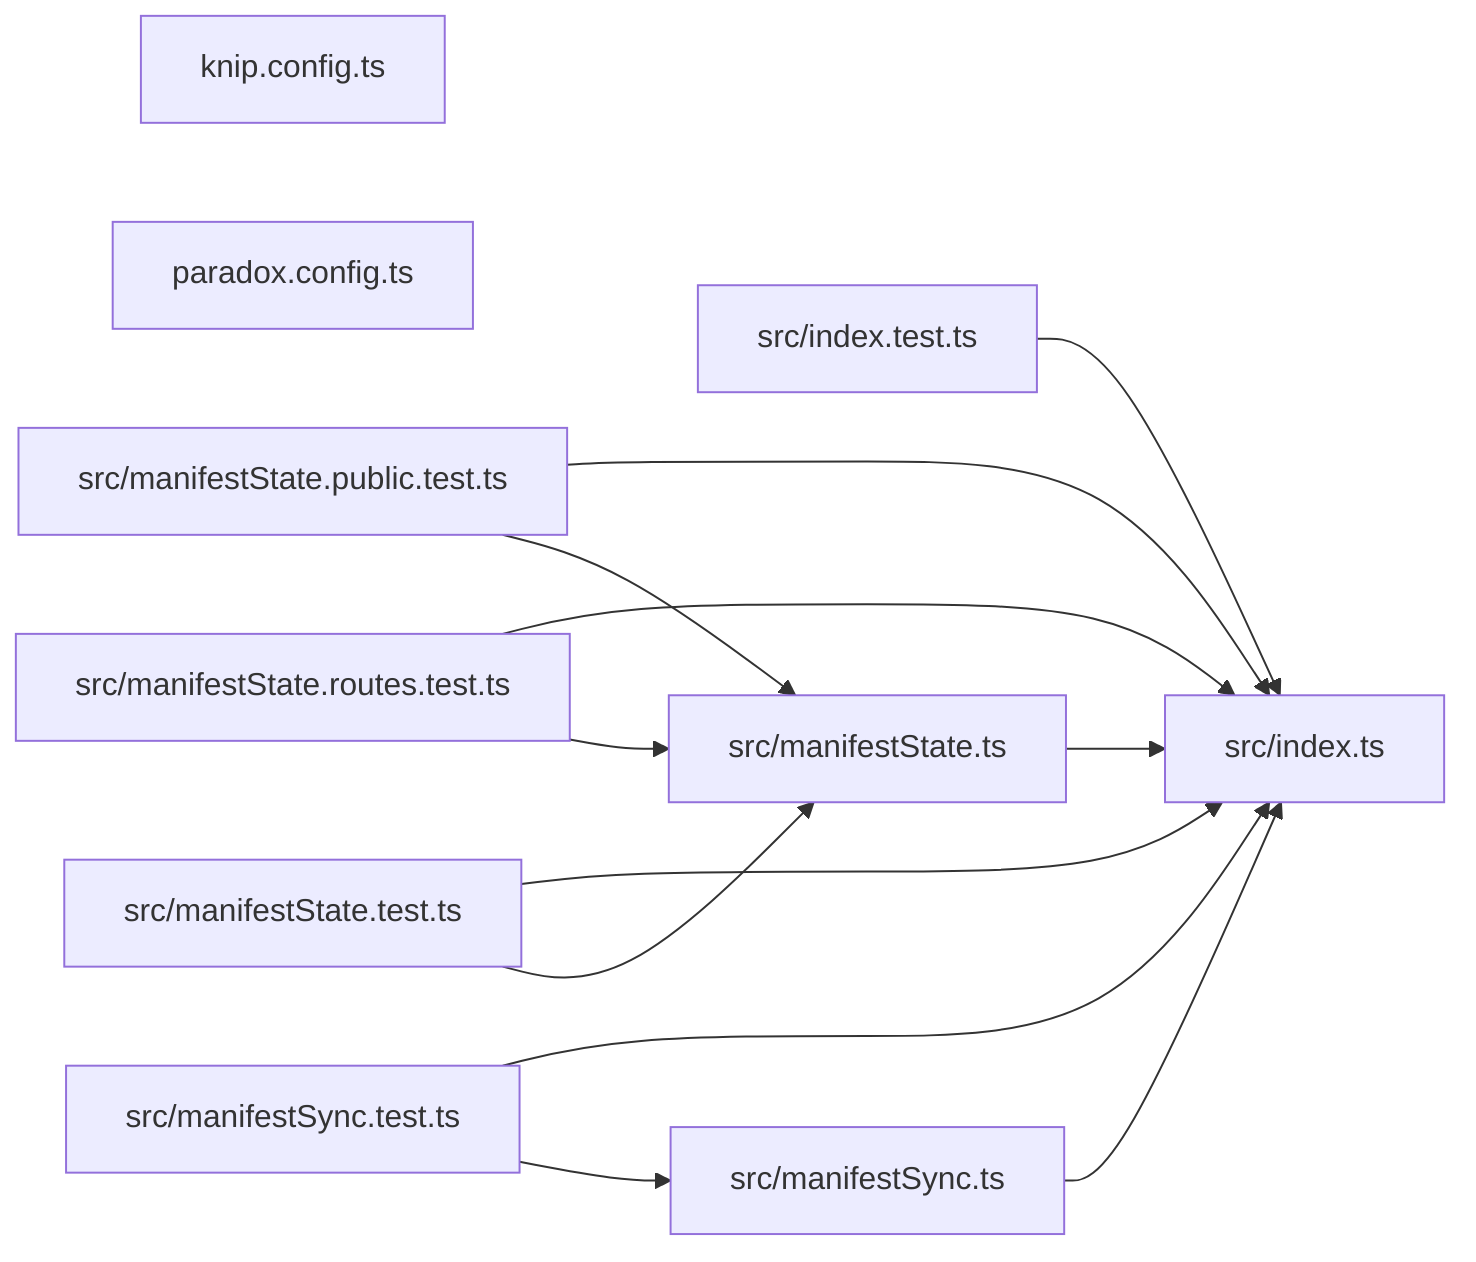
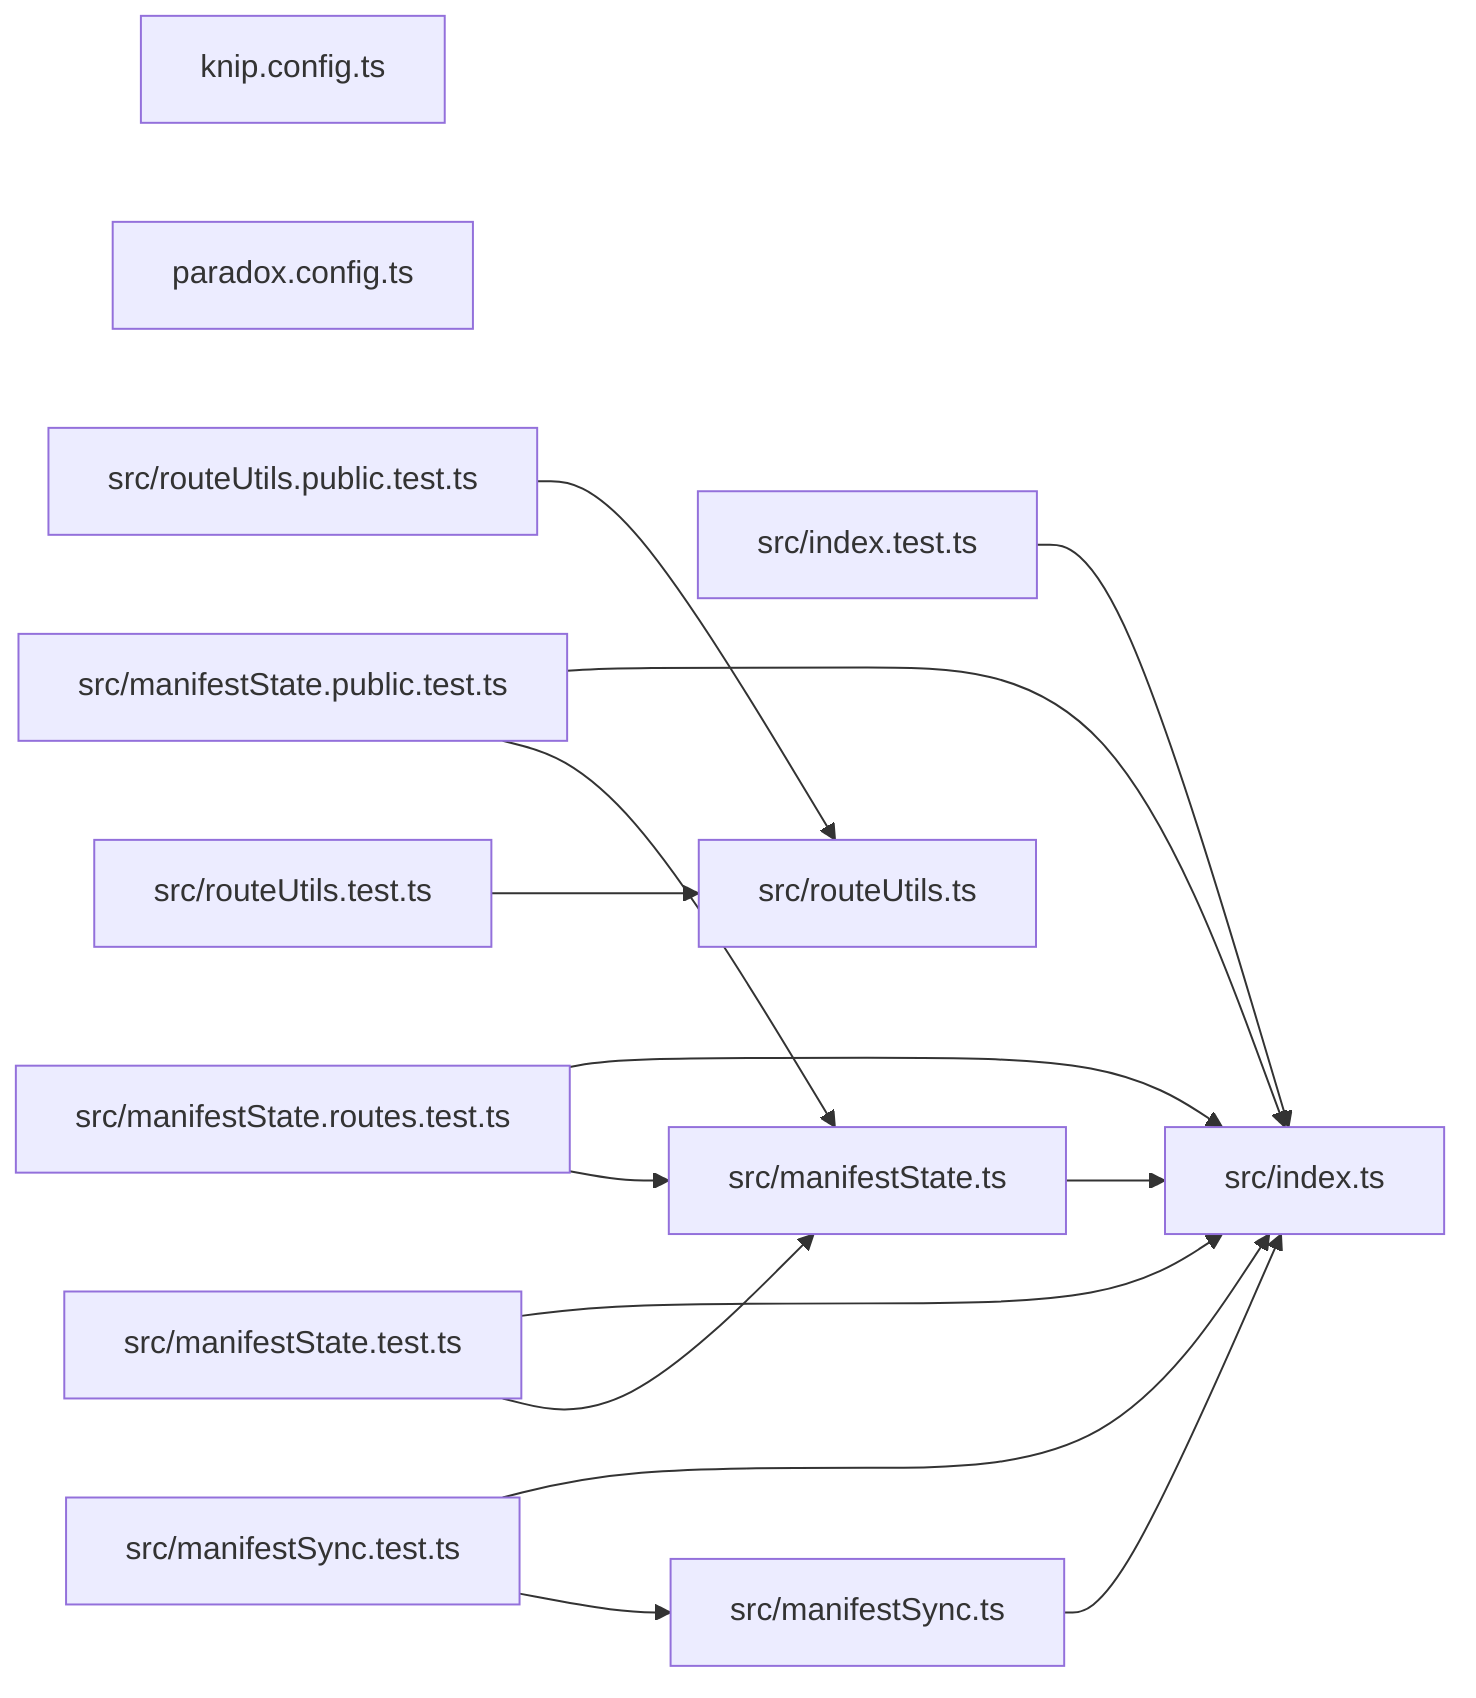
graph LR
  module_knip_config_ts["knip.config.ts"]
  module_paradox_config_ts["paradox.config.ts"]
  module_src_index_test_ts["src/index.test.ts"]
  module_src_index_ts["src/index.ts"]
  module_src_manifestState_public_test_ts["src/manifestState.public.test.ts"]
  module_src_manifestState_routes_test_ts["src/manifestState.routes.test.ts"]
  module_src_manifestState_test_ts["src/manifestState.test.ts"]
  module_src_manifestState_ts["src/manifestState.ts"]
  module_src_manifestSync_test_ts["src/manifestSync.test.ts"]
  module_src_manifestSync_ts["src/manifestSync.ts"]
+   module_src_routeUtils_public_test_ts["src/routeUtils.public.test.ts"]
+   module_src_routeUtils_test_ts["src/routeUtils.test.ts"]
+   module_src_routeUtils_ts["src/routeUtils.ts"]
  module_src_index_test_ts --> module_src_index_ts
  module_src_manifestState_public_test_ts --> module_src_index_ts
  module_src_manifestState_public_test_ts --> module_src_manifestState_ts
  module_src_manifestState_routes_test_ts --> module_src_index_ts
  module_src_manifestState_routes_test_ts --> module_src_manifestState_ts
  module_src_manifestState_test_ts --> module_src_index_ts
  module_src_manifestState_test_ts --> module_src_manifestState_ts
  module_src_manifestState_ts --> module_src_index_ts
  module_src_manifestSync_test_ts --> module_src_index_ts
  module_src_manifestSync_test_ts --> module_src_manifestSync_ts
  module_src_manifestSync_ts --> module_src_index_ts
+   module_src_routeUtils_public_test_ts --> module_src_routeUtils_ts
+   module_src_routeUtils_test_ts --> module_src_routeUtils_ts
